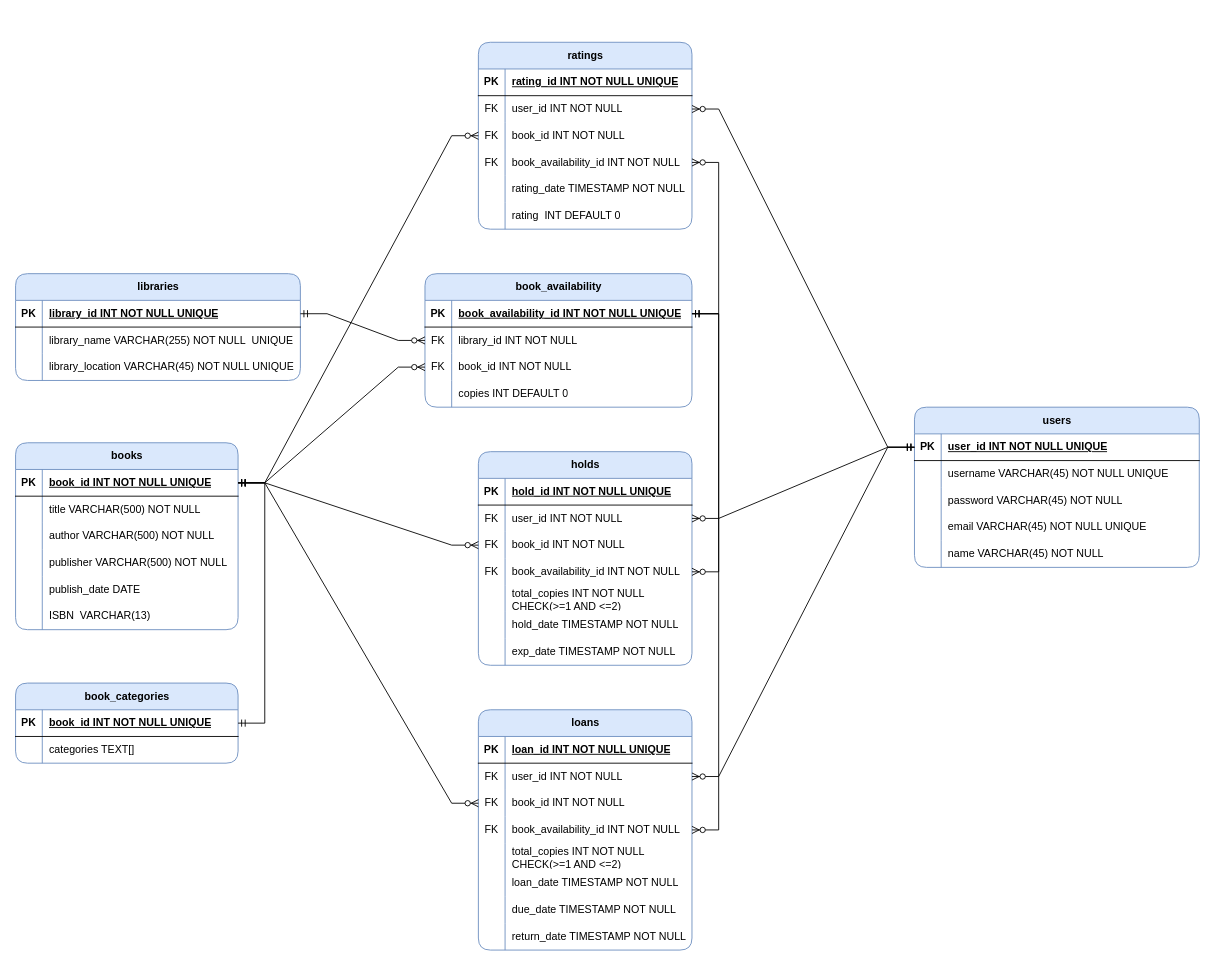
The draw.io diagram pics/ERD.drawio in ahmad-sidik/e-library-database, before the edit. Source tidied: cells renumbered, new cells numbered last; positions are measured from the earlier drawing's top-left corner, leaving out a move shared by most shapes. Both pictures are drawn from the tidied source at 89%, with x=0, y=0 at pixel (15, 42).
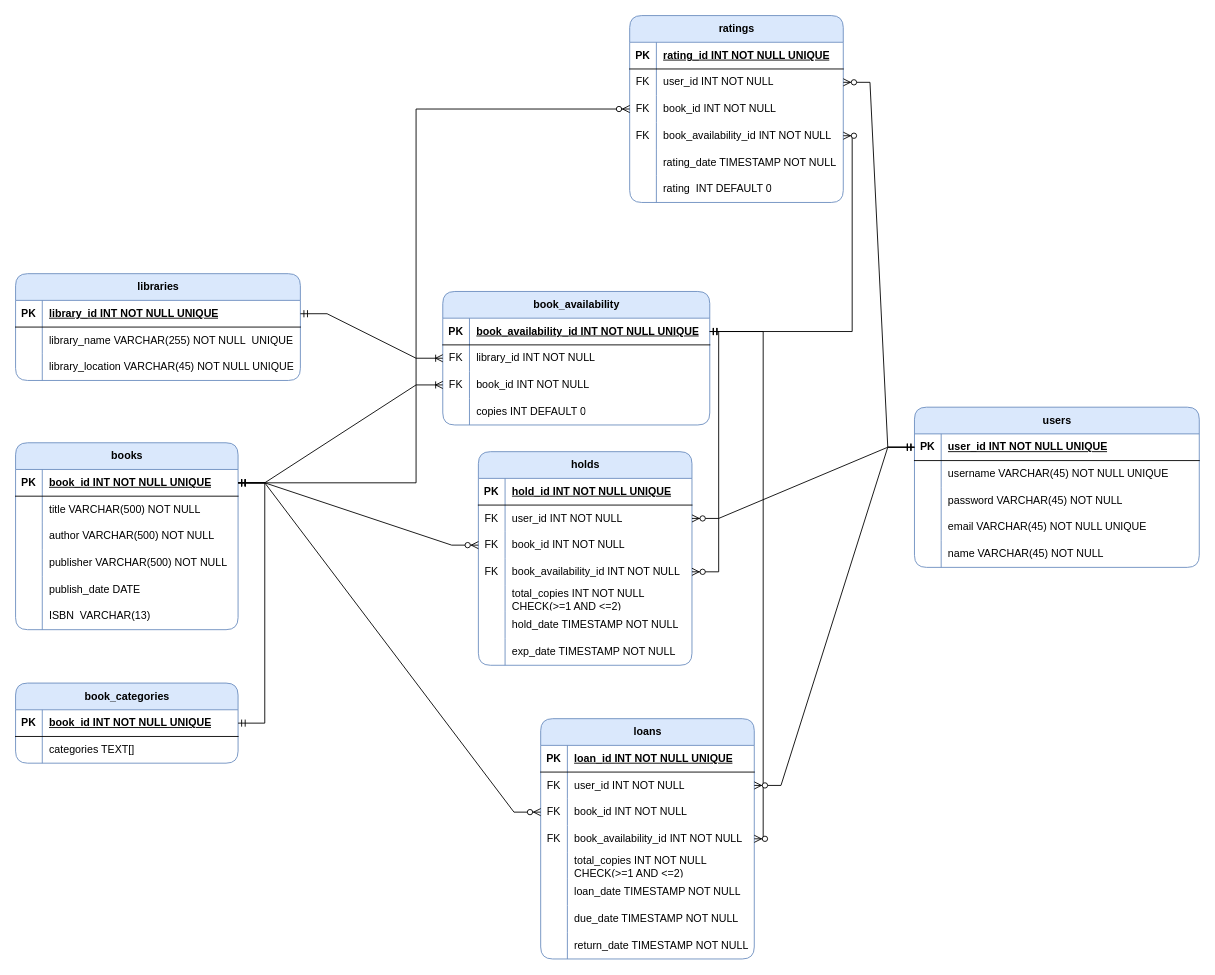
The same diagram, later.

Unchanged cells that the change refers to:
```xml
<mxCell id="3" style="shape=tableRow;horizontal=0;startSize=0;swimlaneHead=0;swimlaneBody=0;fillColor=none;points=[[0,0.5],[1,0.5]];portConstraint=eastwest;top=0;left=0;right=0;bottom=1;" parent="2" vertex="1">
  <mxGeometry y="30" width="320" height="30" as="geometry" />
</mxCell>
<mxCell id="13" style="shape=tableRow;horizontal=0;startSize=0;swimlaneHead=0;swimlaneBody=0;fillColor=none;points=[[0,0.5],[1,0.5]];portConstraint=eastwest;top=0;left=0;right=0;bottom=1;" parent="12" vertex="1">
  <mxGeometry y="30" width="300" height="30" as="geometry" />
</mxCell>
<mxCell id="16" style="shape=tableRow;horizontal=0;startSize=0;swimlaneHead=0;swimlaneBody=0;fillColor=none;points=[[0,0.5],[1,0.5]];portConstraint=eastwest;top=0;left=0;right=0;bottom=0;" parent="12" vertex="1">
  <mxGeometry y="60" width="300" height="30" as="geometry" />
</mxCell>
<mxCell id="19" style="shape=tableRow;horizontal=0;startSize=0;swimlaneHead=0;swimlaneBody=0;fillColor=none;points=[[0,0.5],[1,0.5]];portConstraint=eastwest;top=0;left=0;right=0;bottom=0;" parent="12" vertex="1">
  <mxGeometry y="90" width="300" height="30" as="geometry" />
</mxCell>
<mxCell id="27" style="shape=tableRow;horizontal=0;startSize=0;swimlaneHead=0;swimlaneBody=0;fillColor=none;points=[[0,0.5],[1,0.5]];portConstraint=eastwest;top=0;left=0;right=0;bottom=1;" parent="26" vertex="1">
  <mxGeometry y="30" width="250" height="30" as="geometry" />
</mxCell>
<mxCell id="65" style="shape=tableRow;horizontal=0;startSize=0;swimlaneHead=0;swimlaneBody=0;fillColor=none;points=[[0,0.5],[1,0.5]];portConstraint=eastwest;top=0;left=0;right=0;bottom=0;" parent="55" vertex="1">
  <mxGeometry y="120" width="240" height="30" as="geometry" />
</mxCell>
<mxCell id="89" style="shape=tableRow;horizontal=0;startSize=0;swimlaneHead=0;swimlaneBody=0;fillColor=none;points=[[0,0.5],[1,0.5]];portConstraint=eastwest;top=0;left=0;right=0;bottom=0;" parent="79" vertex="1">
  <mxGeometry y="120" width="240" height="30" as="geometry" />
</mxCell>
<mxCell id="113" style="shape=tableRow;horizontal=0;startSize=0;swimlaneHead=0;swimlaneBody=0;fillColor=none;points=[[0,0.5],[1,0.5]];portConstraint=eastwest;top=0;left=0;right=0;bottom=0;" parent="106" vertex="1">
  <mxGeometry y="90" width="240" height="30" as="geometry" />
</mxCell>
<mxCell id="116" style="shape=tableRow;horizontal=0;startSize=0;swimlaneHead=0;swimlaneBody=0;fillColor=none;points=[[0,0.5],[1,0.5]];portConstraint=eastwest;top=0;left=0;right=0;bottom=0;" parent="106" vertex="1">
  <mxGeometry y="120" width="240" height="30" as="geometry" />
</mxCell>
```

Change to the diagram source:
```diff
@@
     <mxCell id="12" value="book_availability" style="shape=table;startSize=30;childLayout=tableLayout;rowLines=0;fontStyle=1;align=center;html=1;fillColor=#dae8fc;strokeColor=#6c8ebf;swimlaneFillColor=default;rounded=1;" parent="1" vertex="1">
-      <mxGeometry x="460" y="260" width="300" height="150" as="geometry" />
+      <mxGeometry x="480" y="280" width="300" height="150" as="geometry" />
     </mxCell>
@@
-    <mxCell id="25" style="edgeStyle=entityRelationEdgeStyle;fontSize=12;html=1;endArrow=ERzeroToMany;startArrow=ERmandOne;rounded=0;exitX=1;exitY=0.5;exitDx=0;exitDy=0;entryX=0;entryY=0.5;entryDx=0;entryDy=0;" parent="1" edge="1" source="3" target="16">
+    <mxCell id="25" style="edgeStyle=entityRelationEdgeStyle;fontSize=12;html=1;endArrow=ERoneToMany;startArrow=ERmandOne;rounded=0;exitX=1;exitY=0.5;exitDx=0;exitDy=0;entryX=0;entryY=0.5;entryDx=0;entryDy=0;endFill=0;" parent="1" edge="1" source="3" target="16">
       <mxGeometry relative="1" as="geometry">
         <Array as="points">
           <mxPoint x="80" y="410" />
           <mxPoint x="200" y="420" />
           <mxPoint x="100" y="400" />
           <mxPoint x="80" y="400" />
         </Array>
       </mxGeometry>
     </mxCell>
@@
-    <mxCell id="45" style="edgeStyle=entityRelationEdgeStyle;fontSize=12;html=1;endArrow=ERzeroToMany;startArrow=ERmandOne;rounded=0;exitX=1;exitY=0.5;exitDx=0;exitDy=0;entryX=0;entryY=0.5;entryDx=0;entryDy=0;" parent="1" edge="1" source="27" target="19">
+    <mxCell id="45" style="edgeStyle=entityRelationEdgeStyle;fontSize=12;html=1;endArrow=ERoneToMany;startArrow=ERmandOne;rounded=0;exitX=1;exitY=0.5;exitDx=0;exitDy=0;entryX=0;entryY=0.5;entryDx=0;entryDy=0;endFill=0;" parent="1" edge="1" source="27" target="19">
       <mxGeometry relative="1" as="geometry" />
     </mxCell>
@@
-    <mxCell id="78" style="edgeStyle=entityRelationEdgeStyle;fontSize=12;html=1;endArrow=ERzeroToMany;startArrow=ERmandOne;rounded=0;entryX=1;entryY=0.5;entryDx=0;entryDy=0;exitX=1;exitY=0.5;exitDx=0;exitDy=0;" parent="1" edge="1" source="13" target="65">
-      <mxGeometry relative="1" as="geometry">
-        <Array as="points">
-          <mxPoint x="990" y="475" />
-          <mxPoint x="620" y="465" />
-          <mxPoint x="920" y="455" />
-          <mxPoint x="920" y="455" />
-          <mxPoint x="670" y="465" />
-          <mxPoint x="680" y="465" />
-          <mxPoint x="990" y="455" />
-        </Array>
-      </mxGeometry>
+    <mxCell id="78" style="edgeStyle=orthogonalEdgeStyle;fontSize=12;html=1;endArrow=ERzeroToMany;startArrow=ERmandOne;rounded=0;entryX=1;entryY=0.5;entryDx=0;entryDy=0;exitX=1;exitY=0.5;exitDx=0;exitDy=0;" parent="1" edge="1" source="13" target="65">
+      <mxGeometry relative="1" as="geometry" />
     </mxCell>
     <mxCell id="79" value="loans" style="shape=table;startSize=30;childLayout=tableLayout;rowLines=0;fontStyle=1;align=center;html=1;fillColor=#dae8fc;strokeColor=#6c8ebf;swimlaneFillColor=default;rounded=1;" parent="1" vertex="1">
-      <mxGeometry x="520" y="750" width="240" height="270" as="geometry" />
+      <mxGeometry x="590" y="760" width="240" height="270" as="geometry" />
     </mxCell>
@@
-    <mxCell id="105" style="edgeStyle=entityRelationEdgeStyle;fontSize=12;html=1;endArrow=ERzeroToMany;startArrow=ERmandOne;rounded=0;entryX=1;entryY=0.5;entryDx=0;entryDy=0;exitX=1;exitY=0.5;exitDx=0;exitDy=0;" parent="1" edge="1" source="13" target="89">
+    <mxCell id="105" style="edgeStyle=orthogonalEdgeStyle;fontSize=12;html=1;endArrow=ERzeroToMany;startArrow=ERmandOne;rounded=0;entryX=1;entryY=0.5;entryDx=0;entryDy=0;exitX=1;exitY=0.5;exitDx=0;exitDy=0;" parent="1" edge="1" source="13" target="89">
       <mxGeometry relative="1" as="geometry" />
     </mxCell>
     <mxCell id="106" value="ratings" style="shape=table;startSize=30;childLayout=tableLayout;rowLines=0;fontStyle=1;align=center;html=1;fillColor=#dae8fc;strokeColor=#6c8ebf;swimlaneFillColor=default;rounded=1;gradientColor=none;shadow=0;" parent="1" vertex="1">
-      <mxGeometry x="520" width="240" height="210" as="geometry" />
+      <mxGeometry x="690" y="-30" width="240" height="210" as="geometry" />
     </mxCell>
@@
-    <mxCell id="125" style="edgeStyle=entityRelationEdgeStyle;fontSize=12;html=1;endArrow=ERzeroToMany;startArrow=ERmandOne;rounded=0;exitX=1;exitY=0.5;exitDx=0;exitDy=0;entryX=0;entryY=0.5;entryDx=0;entryDy=0;" parent="1" edge="1" source="27" target="113">
-      <mxGeometry relative="1" as="geometry" />
+    <mxCell id="125" style="fontSize=12;html=1;endArrow=ERzeroToMany;startArrow=ERmandOne;rounded=0;exitX=1;exitY=0.5;exitDx=0;exitDy=0;edgeStyle=orthogonalEdgeStyle;entryX=0;entryY=0.5;entryDx=0;entryDy=0;" parent="1" edge="1" source="27" target="113">
+      <mxGeometry relative="1" as="geometry">
+        <Array as="points">
+          <mxPoint x="450" y="495" />
+          <mxPoint x="450" y="75" />
+        </Array>
+      </mxGeometry>
     </mxCell>
-    <mxCell id="126" style="edgeStyle=entityRelationEdgeStyle;fontSize=12;html=1;endArrow=ERzeroToMany;startArrow=ERmandOne;rounded=0;entryX=1;entryY=0.5;entryDx=0;entryDy=0;exitX=1;exitY=0.5;exitDx=0;exitDy=0;" parent="1" edge="1" source="13" target="116">
+    <mxCell id="126" style="edgeStyle=orthogonalEdgeStyle;fontSize=12;html=1;endArrow=ERzeroToMany;startArrow=ERmandOne;rounded=0;entryX=1;entryY=0.5;entryDx=0;entryDy=0;exitX=1;exitY=0.5;exitDx=0;exitDy=0;" parent="1" edge="1" source="13" target="116">
       <mxGeometry relative="1" as="geometry" />
     </mxCell>
```
